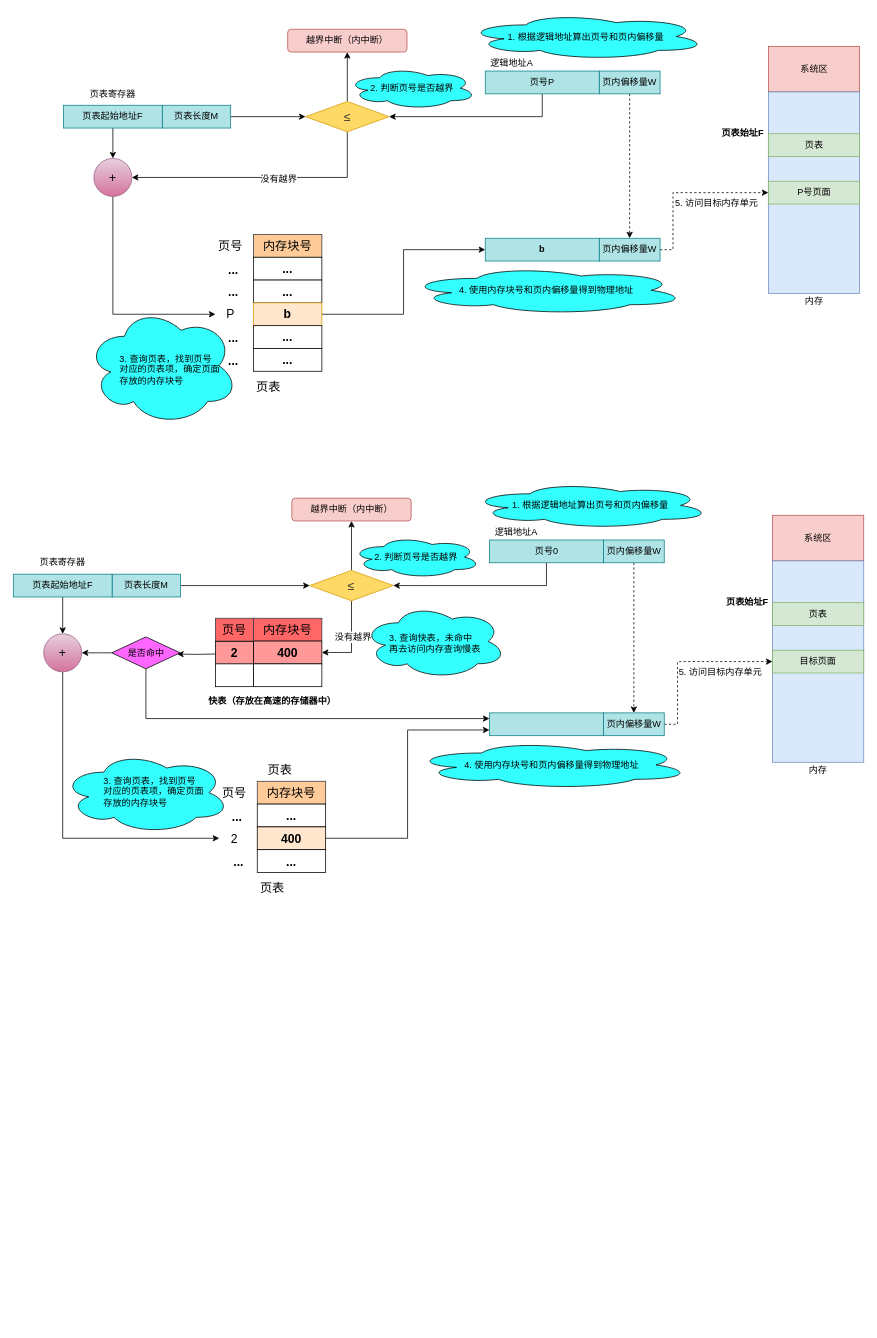
Earlier version of the draw.io diagram 分页存储管理方式.drawio (yankooo/draw.io). Source tidied: cells renumbered, new cells numbered last; positions are measured from the earlier drawing's top-left corner, leaving out a move shared by most shapes. Both pictures are drawn from the tidied source at 76%, with x=0, y=0 at pixel (13, 13).
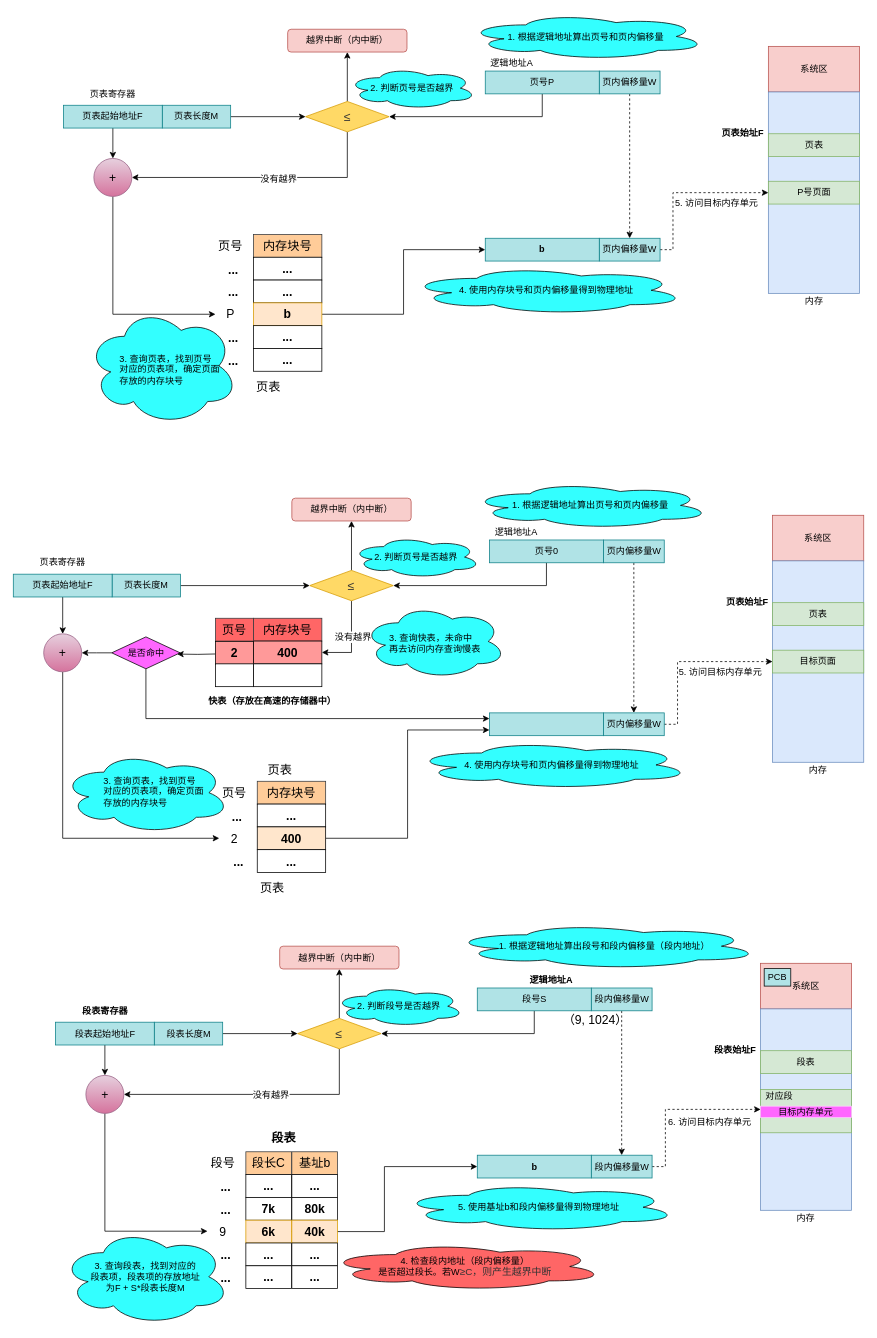
After the change.

Commit message:
更新分页存储管理方式.drawio

The edit, as a diff of the source:
```diff
@@
+    <mxCell id="104" style="edgeStyle=orthogonalEdgeStyle;rounded=0;jettySize=auto;html=1;entryX=0.5;entryY=0;entryDx=0;entryDy=0;fontSize=12;dashed=1;" parent="1" edge="1" source="105" target="136">
+      <mxGeometry relative="1" as="geometry" />
+    </mxCell>
+    <mxCell id="105" value="段内偏移量W" style="rounded=0;whiteSpace=wrap;html=1;fillColor=#b0e3e6;strokeColor=#0e8088;" parent="1" vertex="1">
+      <mxGeometry x="760.5" y="1282.5" width="80" height="30" as="geometry" />
+    </mxCell>
+    <mxCell id="106" style="edgeStyle=orthogonalEdgeStyle;rounded=0;jettySize=auto;html=1;fontSize=16;entryX=1;entryY=0.5;entryDx=0;entryDy=0;exitX=0.5;exitY=1;exitDx=0;exitDy=0;" parent="1" edge="1" source="107" target="112">
+      <mxGeometry relative="1" as="geometry" />
+    </mxCell>
+    <mxCell id="107" value="段号S" style="rounded=0;whiteSpace=wrap;html=1;fillColor=#b0e3e6;strokeColor=#0e8088;" parent="1" vertex="1">
+      <mxGeometry x="610.5" y="1282.5" width="150" height="30" as="geometry" />
+    </mxCell>
+    <mxCell id="108" value="逻辑地址A" style="text;html=1;strokeColor=none;fillColor=none;align=center;verticalAlign=middle;whiteSpace=wrap;rounded=0;fontStyle=1;" parent="1" vertex="1">
+      <mxGeometry x="673" y="1262.5" width="70" height="20" as="geometry" />
+    </mxCell>
+    <mxCell id="109" style="edgeStyle=orthogonalEdgeStyle;rounded=0;jettySize=auto;html=1;fontSize=16;entryX=0.5;entryY=1;entryDx=0;entryDy=0;" parent="1" edge="1" source="112" target="118">
+      <mxGeometry relative="1" as="geometry" />
+    </mxCell>
+    <mxCell id="110" style="edgeStyle=orthogonalEdgeStyle;rounded=0;jettySize=auto;html=1;fontSize=16;entryX=1;entryY=0.5;entryDx=0;entryDy=0;exitX=0.5;exitY=1;exitDx=0;exitDy=0;" parent="1" edge="1" source="112" target="120">
+      <mxGeometry relative="1" as="geometry" />
+    </mxCell>
+    <mxCell id="111" value="没有越界" style="text;html=1;align=center;verticalAlign=middle;labelBackgroundColor=#ffffff;fontSize=12;" parent="110" vertex="1">
+      <mxGeometry x="-0.12" y="1" relative="1" as="geometry" />
+    </mxCell>
+    <mxCell id="112" value="&lt;span style=&quot;color: rgb(51 , 51 , 51) ; font-family: &amp;#34;arial&amp;#34; ; font-size: 16px ; background-color: rgb(255 , 217 , 102)&quot;&gt;≤&lt;/span&gt;" style="rhombus;whiteSpace=wrap;html=1;fontSize=16;gradientColor=none;fillColor=#FFD966;strokeColor=#d79b00;" parent="1" vertex="1">
+      <mxGeometry x="374" y="1322.5" width="110" height="40" as="geometry" />
+    </mxCell>
+    <mxCell id="113" style="edgeStyle=orthogonalEdgeStyle;rounded=0;jettySize=auto;html=1;entryX=0;entryY=0.5;entryDx=0;entryDy=0;fontSize=16;" parent="1" edge="1" source="114" target="112">
+      <mxGeometry relative="1" as="geometry" />
+    </mxCell>
+    <mxCell id="114" value="段表长度M" style="rounded=0;whiteSpace=wrap;html=1;fillColor=#b0e3e6;strokeColor=#0e8088;" parent="1" vertex="1">
+      <mxGeometry x="185.5" y="1327.5" width="90" height="30" as="geometry" />
+    </mxCell>
+    <mxCell id="115" style="edgeStyle=orthogonalEdgeStyle;rounded=0;jettySize=auto;html=1;exitX=0.5;exitY=1;exitDx=0;exitDy=0;fontSize=16;" parent="1" edge="1" source="116" target="120">
+      <mxGeometry relative="1" as="geometry" />
+    </mxCell>
+    <mxCell id="116" value="段表起始地址F" style="rounded=0;whiteSpace=wrap;html=1;fillColor=#b0e3e6;strokeColor=#0e8088;" parent="1" vertex="1">
+      <mxGeometry x="55.5" y="1327.5" width="130" height="30" as="geometry" />
+    </mxCell>
+    <mxCell id="117" value="段表寄存器" style="text;html=1;strokeColor=none;fillColor=none;align=center;verticalAlign=middle;whiteSpace=wrap;rounded=0;fontStyle=1;" parent="1" vertex="1">
+      <mxGeometry x="85.5" y="1302.5" width="70" height="20" as="geometry" />
+    </mxCell>
+    <mxCell id="118" value="越界中断（内中断）" style="rounded=1;whiteSpace=wrap;html=1;fontSize=12;gradientColor=none;fillColor=#f8cecc;strokeColor=#b85450;" parent="1" vertex="1">
+      <mxGeometry x="350.5" y="1227.5" width="157" height="30" as="geometry" />
+    </mxCell>
+    <mxCell id="119" style="edgeStyle=orthogonalEdgeStyle;rounded=0;jettySize=auto;html=1;exitX=0.5;exitY=1;exitDx=0;exitDy=0;fontSize=16;entryX=0;entryY=0.5;entryDx=0;entryDy=0;" parent="1" edge="1" source="120" target="128">
+      <mxGeometry relative="1" as="geometry" />
+    </mxCell>
+    <mxCell id="120" value="+" style="ellipse;whiteSpace=wrap;html=1;fontSize=16;gradientColor=#d5739d;fillColor=#e6d0de;strokeColor=#996185;" parent="1" vertex="1">
+      <mxGeometry x="95.5" y="1397.5" width="50" height="50" as="geometry" />
+    </mxCell>
+    <mxCell id="121" value="段长C" style="rounded=0;whiteSpace=wrap;html=1;fontSize=16;fillColor=#ffcc99;strokeColor=#36393d;" parent="1" vertex="1">
+      <mxGeometry x="306" y="1498" width="60" height="30" as="geometry" />
+    </mxCell>
+    <mxCell id="122" value="&lt;b&gt;...&lt;/b&gt;" style="rounded=0;whiteSpace=wrap;html=1;fontSize=16;" parent="1" vertex="1">
+      <mxGeometry x="306" y="1528" width="60" height="30" as="geometry" />
+    </mxCell>
+    <mxCell id="123" value="&lt;b&gt;7k&lt;/b&gt;" style="rounded=0;whiteSpace=wrap;html=1;fontSize=16;" parent="1" vertex="1">
+      <mxGeometry x="306" y="1558" width="60" height="30" as="geometry" />
+    </mxCell>
+    <mxCell id="124" style="edgeStyle=orthogonalEdgeStyle;rounded=0;jettySize=auto;html=1;fontSize=12;entryX=0;entryY=0.5;entryDx=0;entryDy=0;" parent="1" edge="1" source="125" target="137">
+      <mxGeometry relative="1" as="geometry" />
+    </mxCell>
+    <mxCell id="125" value="&lt;b&gt;6k&lt;/b&gt;" style="rounded=0;whiteSpace=wrap;html=1;fontSize=16;fillColor=#ffe6cc;strokeColor=#d79b00;" parent="1" vertex="1">
+      <mxGeometry x="306" y="1588" width="60" height="30" as="geometry" />
+    </mxCell>
+    <mxCell id="126" value="&lt;b&gt;...&lt;/b&gt;" style="rounded=0;whiteSpace=wrap;html=1;fontSize=16;" parent="1" vertex="1">
+      <mxGeometry x="306" y="1618" width="60" height="30" as="geometry" />
+    </mxCell>
+    <mxCell id="127" value="&lt;b&gt;...&lt;/b&gt;" style="rounded=0;whiteSpace=wrap;html=1;fontSize=16;" parent="1" vertex="1">
+      <mxGeometry x="306" y="1648" width="60" height="30" as="geometry" />
+    </mxCell>
+    <mxCell id="128" value="9" style="text;html=1;strokeColor=none;fillColor=none;align=center;verticalAlign=middle;whiteSpace=wrap;rounded=0;fontSize=16;" parent="1" vertex="1">
+      <mxGeometry x="255.5" y="1592.5" width="40" height="20" as="geometry" />
+    </mxCell>
+    <mxCell id="129" value="&lt;b&gt;...&lt;/b&gt;" style="text;html=1;fontSize=16;" parent="1" vertex="1">
+      <mxGeometry x="270.5" y="1557.5" width="25" height="30" as="geometry" />
+    </mxCell>
+    <mxCell id="130" value="&lt;b&gt;...&lt;/b&gt;" style="text;html=1;fontSize=16;" parent="1" vertex="1">
+      <mxGeometry x="270.5" y="1527.5" width="25" height="30" as="geometry" />
+    </mxCell>
+    <mxCell id="131" value="&lt;b&gt;...&lt;/b&gt;" style="text;html=1;fontSize=16;" parent="1" vertex="1">
+      <mxGeometry x="270.5" y="1647.5" width="25" height="30" as="geometry" />
+    </mxCell>
+    <mxCell id="132" value="&lt;b&gt;...&lt;/b&gt;" style="text;html=1;fontSize=16;" parent="1" vertex="1">
+      <mxGeometry x="270.5" y="1617.5" width="25" height="30" as="geometry" />
+    </mxCell>
+    <mxCell id="133" value="段号" style="text;html=1;strokeColor=none;fillColor=none;align=center;verticalAlign=middle;whiteSpace=wrap;rounded=0;fontSize=16;fontStyle=0;" parent="1" vertex="1">
+      <mxGeometry x="255.5" y="1502.5" width="40" height="20" as="geometry" />
+    </mxCell>
+    <mxCell id="134" value="段表" style="text;html=1;strokeColor=none;fillColor=none;align=center;verticalAlign=middle;whiteSpace=wrap;rounded=0;fontSize=16;fontStyle=1;" parent="1" vertex="1">
+      <mxGeometry x="336" y="1468.5" width="40" height="20" as="geometry" />
+    </mxCell>
+    <mxCell id="135" style="edgeStyle=orthogonalEdgeStyle;rounded=0;jettySize=auto;html=1;dashed=1;fontSize=12;entryX=0.003;entryY=0.46;entryDx=0;entryDy=0;entryPerimeter=0;" parent="1" edge="1" source="136" target="143">
+      <mxGeometry relative="1" as="geometry">
+        <Array as="points">
+          <mxPoint x="858" y="1518" />
+          <mxPoint x="858" y="1442" />
+        </Array>
+      </mxGeometry>
+    </mxCell>
+    <mxCell id="136" value="段内偏移量W" style="rounded=0;whiteSpace=wrap;html=1;fillColor=#b0e3e6;strokeColor=#0e8088;" parent="1" vertex="1">
+      <mxGeometry x="760.5" y="1502.5" width="80" height="30" as="geometry" />
+    </mxCell>
+    <mxCell id="137" value="&lt;b&gt;b&lt;/b&gt;" style="rounded=0;whiteSpace=wrap;html=1;fillColor=#b0e3e6;strokeColor=#0e8088;" parent="1" vertex="1">
+      <mxGeometry x="610.5" y="1502.5" width="150" height="30" as="geometry" />
+    </mxCell>
+    <mxCell id="138" value="系统区" style="rounded=0;whiteSpace=wrap;html=1;fontSize=12;fillColor=#f8cecc;strokeColor=#b85450;" parent="1" vertex="1">
+      <mxGeometry x="983" y="1250" width="120" height="60" as="geometry" />
+    </mxCell>
+    <mxCell id="139" style="rounded=0;whiteSpace=wrap;html=1;fontSize=12;fillColor=#dae8fc;strokeColor=#6c8ebf;" parent="1" vertex="1">
+      <mxGeometry x="983" y="1310" width="120" height="265" as="geometry" />
+    </mxCell>
+    <mxCell id="140" value="内存" style="text;html=1;strokeColor=none;fillColor=none;align=center;verticalAlign=middle;whiteSpace=wrap;rounded=0;fontSize=12;" parent="1" vertex="1">
+      <mxGeometry x="1023" y="1575" width="40" height="20" as="geometry" />
+    </mxCell>
+    <mxCell id="141" value="段表" style="rounded=0;whiteSpace=wrap;html=1;fontSize=12;fillColor=#d5e8d4;strokeColor=#82b366;" parent="1" vertex="1">
+      <mxGeometry x="983" y="1365" width="120" height="30" as="geometry" />
+    </mxCell>
+    <mxCell id="142" value="段表始址F" style="text;html=1;strokeColor=none;fillColor=none;align=center;verticalAlign=middle;whiteSpace=wrap;rounded=0;fontSize=12;fontStyle=1;" parent="1" vertex="1">
+      <mxGeometry x="911.5" y="1355.5" width="76" height="18" as="geometry" />
+    </mxCell>
+    <mxCell id="143" style="rounded=0;whiteSpace=wrap;html=1;fontSize=12;fillColor=#d5e8d4;strokeColor=#82b366;" parent="1" vertex="1">
+      <mxGeometry x="983" y="1416" width="120" height="57" as="geometry" />
+    </mxCell>
+    <mxCell id="144" value="1. 根据逻辑地址算出段号和段内偏移量（段内地址）" style="ellipse;shape=cloud;whiteSpace=wrap;html=1;fillColor=#33FFFF;gradientColor=none;fontSize=12;" parent="1" vertex="1">
+      <mxGeometry x="573" y="1197.5" width="410" height="60" as="geometry" />
+    </mxCell>
+    <mxCell id="145" value="2. 判断段号是否越界" style="ellipse;shape=cloud;whiteSpace=wrap;html=1;fillColor=#33FFFF;gradientColor=none;fontSize=12;" parent="1" vertex="1">
+      <mxGeometry x="422" y="1280" width="171" height="53" as="geometry" />
+    </mxCell>
+    <mxCell id="146" value="&lt;span style=&quot;text-align: left&quot;&gt;3. 查询段表，找到对应的&lt;br&gt;段&lt;/span&gt;&lt;span style=&quot;text-align: left&quot;&gt;表项，段表项的存放地址&lt;br&gt;为F + S*段表长度M&lt;/span&gt;" style="ellipse;shape=cloud;whiteSpace=wrap;html=1;fillColor=#33FFFF;gradientColor=none;fontSize=12;" parent="1" vertex="1">
+      <mxGeometry x="63" y="1599" width="222" height="127" as="geometry" />
+    </mxCell>
+    <mxCell id="147" value="5. 使用基址b和段内偏移量得到物理地址" style="ellipse;shape=cloud;whiteSpace=wrap;html=1;fillColor=#33FFFF;gradientColor=none;fontSize=12;" parent="1" vertex="1">
+      <mxGeometry x="507.5" y="1539.5" width="367" height="63" as="geometry" />
+    </mxCell>
+    <mxCell id="148" value="6. 访问目标内存单元" style="text;html=1;fontSize=12;" parent="1" vertex="1">
+      <mxGeometry x="860" y="1444.5" width="112" height="24" as="geometry" />
+    </mxCell>
+    <mxCell id="149" value="基址b" style="rounded=0;whiteSpace=wrap;html=1;fontSize=16;fillColor=#ffcc99;strokeColor=#36393d;" parent="1" vertex="1">
+      <mxGeometry x="366.5" y="1498" width="60" height="30" as="geometry" />
+    </mxCell>
+    <mxCell id="150" value="&lt;b&gt;...&lt;/b&gt;" style="rounded=0;whiteSpace=wrap;html=1;fontSize=16;" parent="1" vertex="1">
+      <mxGeometry x="366.5" y="1528" width="60" height="30" as="geometry" />
+    </mxCell>
+    <mxCell id="151" value="&lt;b&gt;80k&lt;/b&gt;" style="rounded=0;whiteSpace=wrap;html=1;fontSize=16;" parent="1" vertex="1">
+      <mxGeometry x="366.5" y="1558" width="60" height="30" as="geometry" />
+    </mxCell>
+    <mxCell id="152" value="&lt;b&gt;40k&lt;/b&gt;" style="rounded=0;whiteSpace=wrap;html=1;fontSize=16;fillColor=#ffe6cc;strokeColor=#d79b00;" parent="1" vertex="1">
+      <mxGeometry x="366.5" y="1588" width="60" height="30" as="geometry" />
+    </mxCell>
+    <mxCell id="153" value="&lt;b&gt;...&lt;/b&gt;" style="rounded=0;whiteSpace=wrap;html=1;fontSize=16;" parent="1" vertex="1">
+      <mxGeometry x="366.5" y="1618" width="60" height="30" as="geometry" />
+    </mxCell>
+    <mxCell id="154" value="&lt;b&gt;...&lt;/b&gt;" style="rounded=0;whiteSpace=wrap;html=1;fontSize=16;" parent="1" vertex="1">
+      <mxGeometry x="366.5" y="1648" width="60" height="30" as="geometry" />
+    </mxCell>
+    <mxCell id="155" value="（9, 1024）" style="text;html=1;strokeColor=none;fillColor=none;align=center;verticalAlign=middle;whiteSpace=wrap;rounded=0;fontSize=16;" parent="1" vertex="1">
+      <mxGeometry x="716" y="1310" width="100" height="28" as="geometry" />
+    </mxCell>
+    <mxCell id="156" value="PCB" style="rounded=0;whiteSpace=wrap;html=1;fillColor=#B0E3E6;" parent="1" vertex="1">
+      <mxGeometry x="988" y="1257" width="35" height="23" as="geometry" />
+    </mxCell>
+    <mxCell id="157" value="&lt;span style=&quot;background-color: rgb(255 , 102 , 102)&quot;&gt;4. 检查段内地址（段内偏移量）&lt;br&gt;是否超过段长。若W&lt;span style=&quot;color: rgb(51 , 51 , 51) ; font-family: &amp;#34;arial&amp;#34; ; font-size: 13px&quot;&gt;≥C，则产生越界中断&lt;/span&gt;&lt;/span&gt;" style="ellipse;shape=cloud;whiteSpace=wrap;html=1;fillColor=#FF6666;gradientColor=none;fontSize=12;" parent="1" vertex="1">
+      <mxGeometry x="411" y="1617.5" width="367" height="63" as="geometry" />
+    </mxCell>
+    <mxCell id="158" value="目标内存单元" style="rounded=0;whiteSpace=wrap;html=1;fontSize=12;fillColor=#FF66FF;strokeColor=#FFCCFF;" parent="1" vertex="1">
+      <mxGeometry x="983" y="1438" width="120" height="15" as="geometry" />
+    </mxCell>
+    <mxCell id="159" value="对应段" style="text;html=1;fontSize=12;" parent="1" vertex="1">
+      <mxGeometry x="988" y="1410.5" width="112" height="24" as="geometry" />
+    </mxCell>
```
